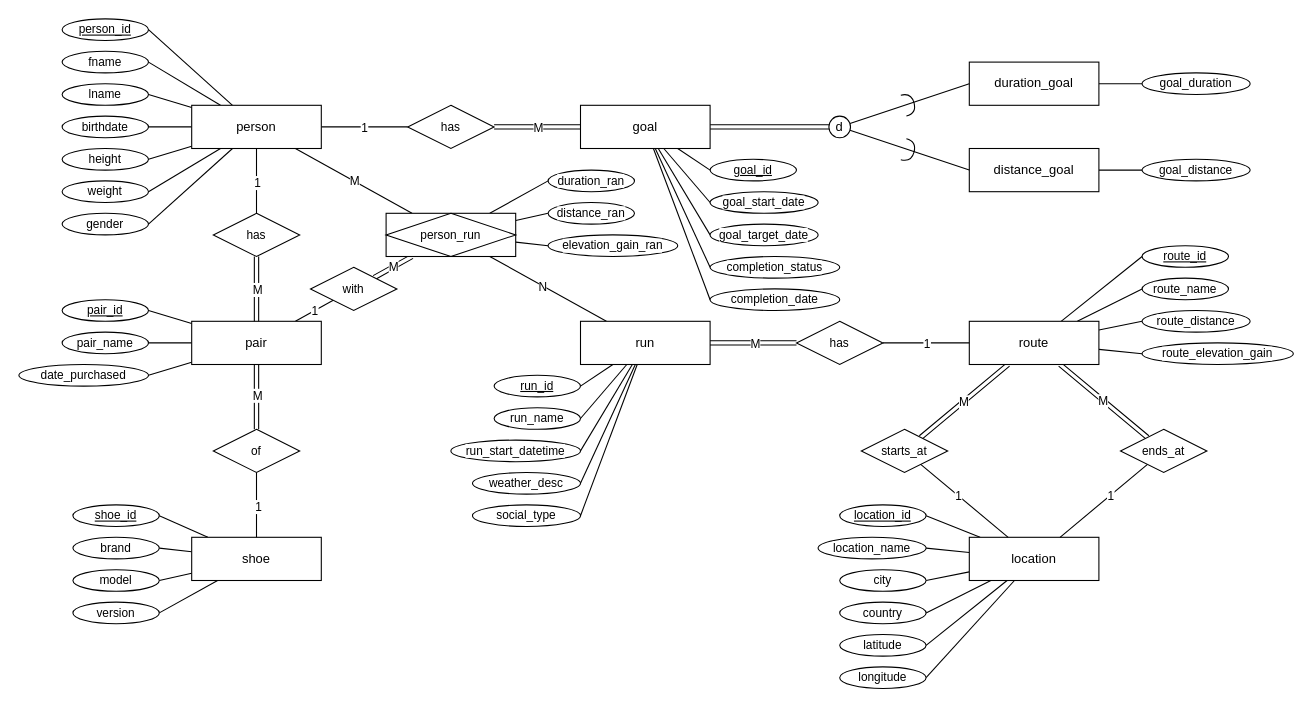
Earlier version of the draw.io diagram conceptual-schema/ERD.drawio (wongd1532/MyRunLogger). Source tidied: cells renumbered, new cells numbered last; positions are measured from the earlier drawing's top-left corner, leaving out a move shared by most shapes. Both pictures are drawn from the tidied source at 108%, with x=0, y=0 at pixel (18, 18).
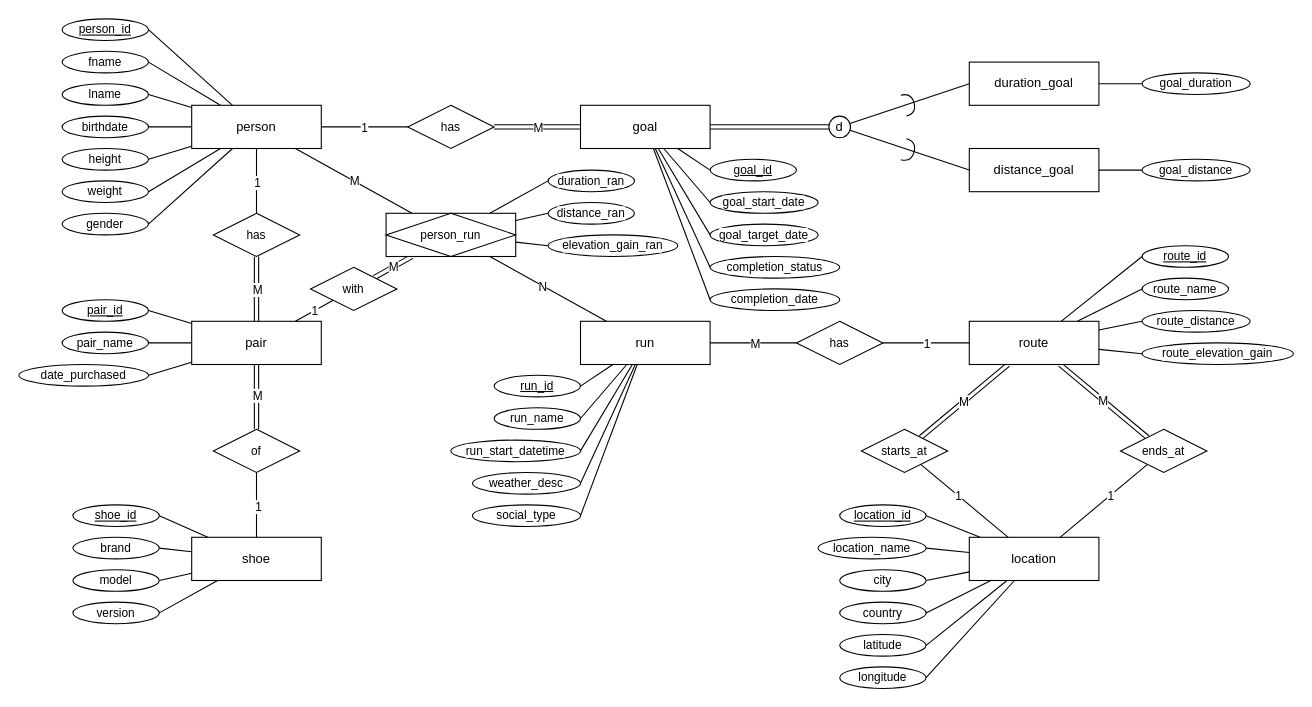
The same diagram, later.

The change refers to these unchanged cells:
```xml
<mxCell id="51" value="run" style="rounded=0;whiteSpace=wrap;html=1;" parent="1" vertex="1">
  <mxGeometry x="520" y="280" width="120" height="40" as="geometry" />
</mxCell>
<mxCell id="79" value="has" style="rhombus;whiteSpace=wrap;html=1;fontFamily=Helvetica;fontSize=11;fontColor=default;labelBackgroundColor=default;" parent="1" vertex="1">
  <mxGeometry x="720" y="280" width="80" height="40" as="geometry" />
</mxCell>
```

Change to the diagram source:
```diff
@@
-    <mxCell id="75" style="edgeStyle=none;shape=link;rounded=0;jettySize=auto;html=1;strokeColor=default;align=center;verticalAlign=middle;fontFamily=Helvetica;fontSize=11;fontColor=default;labelBackgroundColor=default;endArrow=none;endFill=0;" parent="1" edge="1" source="79" target="51">
+    <mxCell id="75" style="edgeStyle=none;rounded=0;jettySize=auto;html=1;strokeColor=default;align=center;verticalAlign=middle;fontFamily=Helvetica;fontSize=11;fontColor=default;labelBackgroundColor=default;endArrow=none;endFill=0;" parent="1" edge="1" source="79" target="51">
       <mxGeometry relative="1" as="geometry" />
     </mxCell>
```
